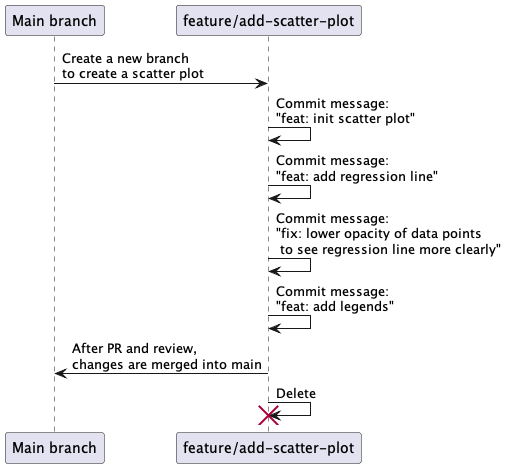
Above: commits.png in rostools/cog-flow-intro (PlantUML), before the change. Source of this version:
```plantuml
@startuml commits

"Main branch" -> "feature/add-scatter-plot": Create a new branch\nto create a scatter plot
"feature/add-scatter-plot" -> "feature/add-scatter-plot": Commit message:\n"feat: init scatter plot"
"feature/add-scatter-plot" -> "feature/add-scatter-plot": Commit message:\n"feat: add regression line"
"feature/add-scatter-plot" -> "feature/add-scatter-plot": Commit message:\n"fix: lower opacity of data points\n to see regression line more clearly"
"feature/add-scatter-plot" -> "feature/add-scatter-plot": Commit message:\n"feat: add legends"
"feature/add-scatter-plot" -> "Main branch": After PR and review,\nchanges are merged into main
"feature/add-scatter-plot" -> "feature/add-scatter-plot" !! : Delete

@enduml
```
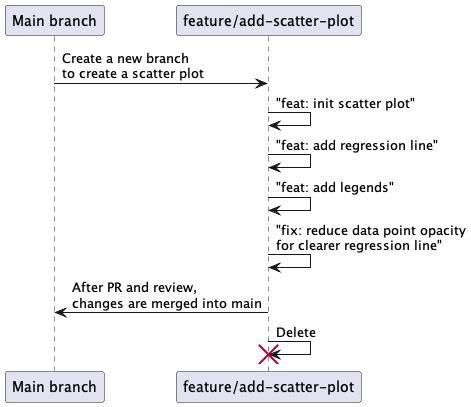
After the commit.

Commit message:
docs: remove "commit message" from commits figure

Diff of the diagram source:
```diff
@@ -1,10 +1,10 @@
 @startuml commits
 
 "Main branch" -> "feature/add-scatter-plot": Create a new branch\nto create a scatter plot
-"feature/add-scatter-plot" -> "feature/add-scatter-plot": Commit message:\n"feat: init scatter plot"
-"feature/add-scatter-plot" -> "feature/add-scatter-plot": Commit message:\n"feat: add regression line"
-"feature/add-scatter-plot" -> "feature/add-scatter-plot": Commit message:\n"fix: lower opacity of data points\n to see regression line more clearly"
-"feature/add-scatter-plot" -> "feature/add-scatter-plot": Commit message:\n"feat: add legends"
+"feature/add-scatter-plot" -> "feature/add-scatter-plot": "feat: init scatter plot"
+"feature/add-scatter-plot" -> "feature/add-scatter-plot": "feat: add regression line"
+"feature/add-scatter-plot" -> "feature/add-scatter-plot": "feat: add legends"
+"feature/add-scatter-plot" -> "feature/add-scatter-plot": "fix: reduce data point opacity\nfor clearer regression line"
 "feature/add-scatter-plot" -> "Main branch": After PR and review,\nchanges are merged into main
 "feature/add-scatter-plot" -> "feature/add-scatter-plot" !! : Delete
 
```
